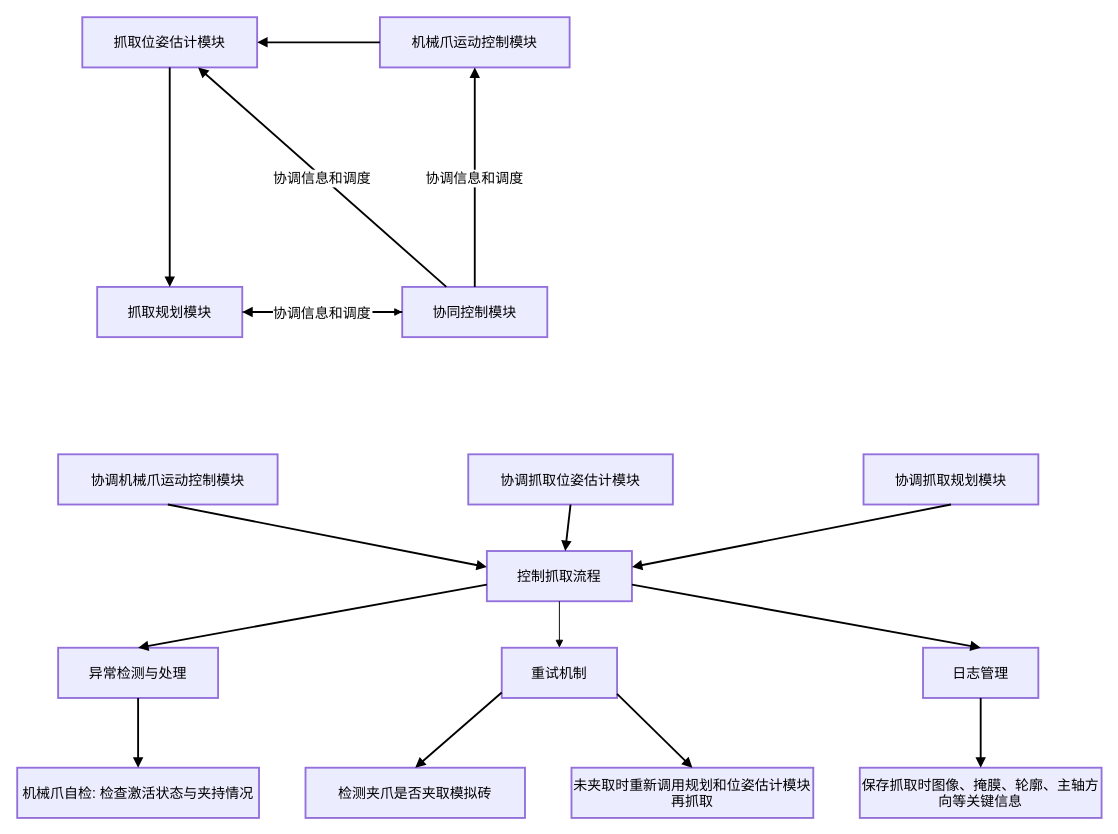
Above: 未命名绘图.drawio in tanyunhao/test (draw.io), before the change. Source tidied: cells renumbered, new cells numbered last; positions are measured from the earlier drawing's top-left corner, leaving out a move shared by most shapes. Both pictures are drawn from the tidied source at 93%, with x=0, y=0 at pixel (17, 17).
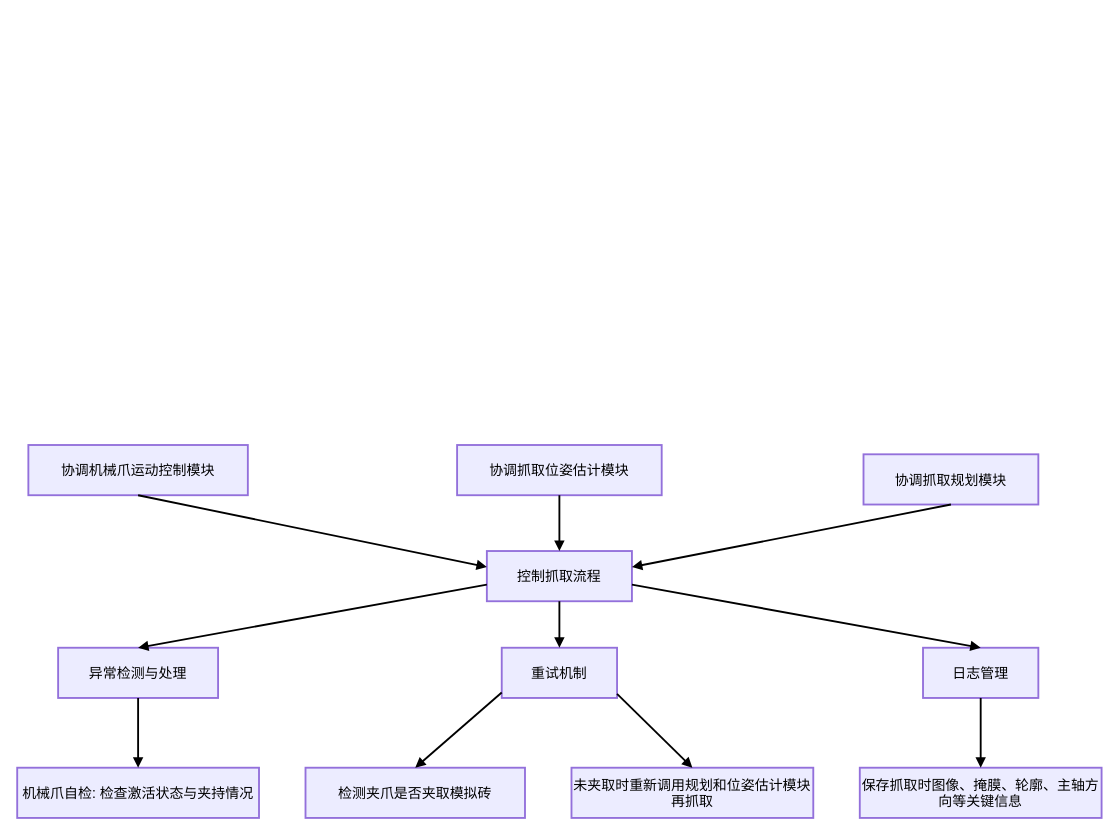
The same page after the edit.

Commit message (it also covers changes not shown here):
更新未命名绘图.drawio

Unchanged cells that the change refers to:
```xml
<mxCell id="15" value="控制抓取流程" style="whiteSpace=wrap;strokeWidth=2;strokeColor=light-dark(#9370db, #ededed);align=center;verticalAlign=middle;fontFamily=Helvetica;fontSize=15;fontColor=default;fillColor=light-dark(#ececff, #392f3f);" parent="1" vertex="1">
  <mxGeometry x="505" y="574" width="156" height="54" as="geometry" />
</mxCell>
<mxCell id="17" value="重试机制" style="whiteSpace=wrap;strokeWidth=2;strokeColor=light-dark(#9370db, #ededed);align=center;verticalAlign=middle;fontFamily=Helvetica;fontSize=15;fontColor=default;fillColor=light-dark(#ececff, #392f3f);" parent="1" vertex="1">
  <mxGeometry x="521" y="678" width="124" height="54" as="geometry" />
</mxCell>
```

Change to the diagram source:
```diff
@@
-    <mxCell id="2" value="机械爪运动控制模块" style="whiteSpace=wrap;strokeWidth=2;strokeColor=light-dark(#9370db, #ededed);align=center;verticalAlign=middle;fontFamily=Helvetica;fontSize=15;fontColor=default;fillColor=light-dark(#ececff, #392f3f);" parent="1" vertex="1">
-      <mxGeometry x="390" width="204" height="54" as="geometry" />
-    </mxCell>
-    <mxCell id="3" value="抓取位姿估计模块" style="whiteSpace=wrap;strokeWidth=2;strokeColor=light-dark(#9370db, #ededed);align=center;verticalAlign=middle;fontFamily=Helvetica;fontSize=15;fontColor=default;fillColor=light-dark(#ececff, #392f3f);" parent="1" vertex="1">
-      <mxGeometry x="70" width="188" height="54" as="geometry" />
-    </mxCell>
-    <mxCell id="4" value="抓取规划模块" style="whiteSpace=wrap;strokeWidth=2;strokeColor=light-dark(#9370db, #ededed);align=center;verticalAlign=middle;fontFamily=Helvetica;fontSize=15;fontColor=default;fillColor=light-dark(#ececff, #392f3f);" parent="1" vertex="1">
-      <mxGeometry x="86" y="290" width="156" height="54" as="geometry" />
-    </mxCell>
-    <mxCell id="5" value="协同控制模块" style="whiteSpace=wrap;strokeWidth=2;strokeColor=light-dark(#9370db, #ededed);align=center;verticalAlign=middle;fontFamily=Helvetica;fontSize=15;fontColor=default;fillColor=light-dark(#ececff, #392f3f);" parent="1" vertex="1">
-      <mxGeometry x="414" y="290" width="156" height="54" as="geometry" />
-    </mxCell>
-    <mxCell id="6" style="startArrow=none;endArrow=block;rounded=0;fontSize=15;strokeWidth=2;" parent="1" edge="1" source="2" target="3">
-      <mxGeometry relative="1" as="geometry" />
-    </mxCell>
-    <mxCell id="7" style="startArrow=none;endArrow=block;entryX=0.5;entryY=0;rounded=0;fontSize=15;strokeWidth=2;" parent="1" edge="1" source="3" target="4">
-      <mxGeometry relative="1" as="geometry" />
-    </mxCell>
-    <mxCell id="8" style="startArrow=none;endArrow=block;rounded=0;fontSize=15;" parent="1" edge="1" source="4" target="5">
-      <mxGeometry relative="1" as="geometry" />
-    </mxCell>
-    <mxCell id="9" value="协调信息和调度" style="startArrow=none;endArrow=block;rounded=0;fontSize=15;strokeWidth=2;" parent="1" edge="1" source="5" target="2">
-      <mxGeometry relative="1" as="geometry" />
-    </mxCell>
-    <mxCell id="10" value="协调信息和调度" style="startArrow=none;endArrow=block;rounded=0;fontSize=15;strokeWidth=2;" parent="1" edge="1" source="5" target="3">
-      <mxGeometry relative="1" as="geometry" />
-    </mxCell>
-    <mxCell id="11" value="协调信息和调度" style="startArrow=none;endArrow=block;rounded=0;fontSize=15;strokeWidth=2;" parent="1" edge="1" source="5" target="4">
-      <mxGeometry relative="1" as="geometry" />
-    </mxCell>
     <mxCell id="12" value="协调机械爪运动控制模块" style="whiteSpace=wrap;strokeWidth=2;strokeColor=light-dark(#9370db, #ededed);align=center;verticalAlign=middle;fontFamily=Helvetica;fontSize=15;fontColor=default;fillColor=light-dark(#ececff, #392f3f);" parent="1" vertex="1">
-      <mxGeometry x="44" y="470" width="236" height="54" as="geometry" />
+      <mxGeometry x="12" y="460" width="236" height="54" as="geometry" />
     </mxCell>
     <mxCell id="13" value="协调抓取位姿估计模块" style="whiteSpace=wrap;strokeWidth=2;strokeColor=light-dark(#9370db, #ededed);align=center;verticalAlign=middle;fontFamily=Helvetica;fontSize=15;fontColor=default;fillColor=light-dark(#ececff, #392f3f);" parent="1" vertex="1">
-      <mxGeometry x="485" y="470" width="220" height="54" as="geometry" />
+      <mxGeometry x="473" y="460" width="220" height="54" as="geometry" />
     </mxCell>
@@
-    <mxCell id="24" style="startArrow=none;endArrow=block;exitX=0.5;exitY=1;entryX=0.54;entryY=0;rounded=0;strokeColor=default;strokeWidth=2;align=center;verticalAlign=middle;fontFamily=Helvetica;fontSize=15;fontColor=default;labelBackgroundColor=default;" parent="1" edge="1" source="13" target="15">
+    <mxCell id="24" style="startArrow=none;endArrow=block;exitX=0.5;exitY=1;rounded=0;strokeColor=default;strokeWidth=2;align=center;verticalAlign=middle;fontFamily=Helvetica;fontSize=15;fontColor=default;labelBackgroundColor=default;" parent="1" edge="1" source="13" target="15">
       <mxGeometry relative="1" as="geometry" />
     </mxCell>
@@
-    <mxCell id="27" style="startArrow=none;endArrow=block;exitX=0.5;exitY=1;entryX=0.5;entryY=0;rounded=0;" parent="1" edge="1" source="15" target="17">
+    <mxCell id="27" style="startArrow=none;endArrow=block;exitX=0.5;exitY=1;entryX=0.5;entryY=0;rounded=0;strokeColor=default;strokeWidth=2;align=center;verticalAlign=middle;fontFamily=Helvetica;fontSize=15;fontColor=default;labelBackgroundColor=default;" parent="1" edge="1" source="15" target="17">
       <mxGeometry relative="1" as="geometry" />
     </mxCell>
```
